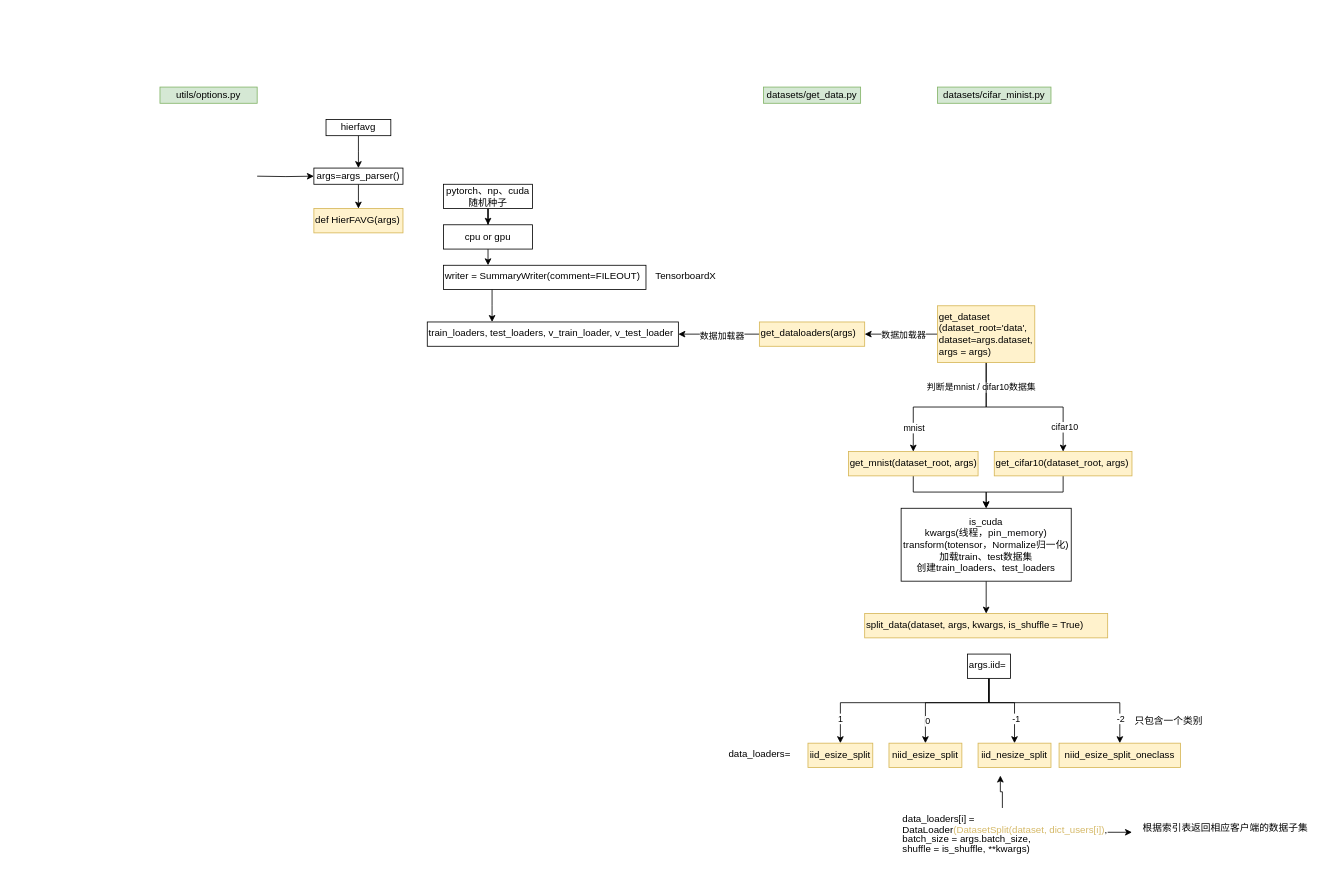
FLeefar/Paracosm keeps this draw.io diagram as hierfavg.drawio. Above is the earlier version. Source tidied: cells renumbered, new cells numbered last; positions are measured from the earlier drawing's top-left corner, leaving out a move shared by most shapes. Both pictures are drawn from the tidied source at 81%, with x=0, y=0 at pixel (160, 87).
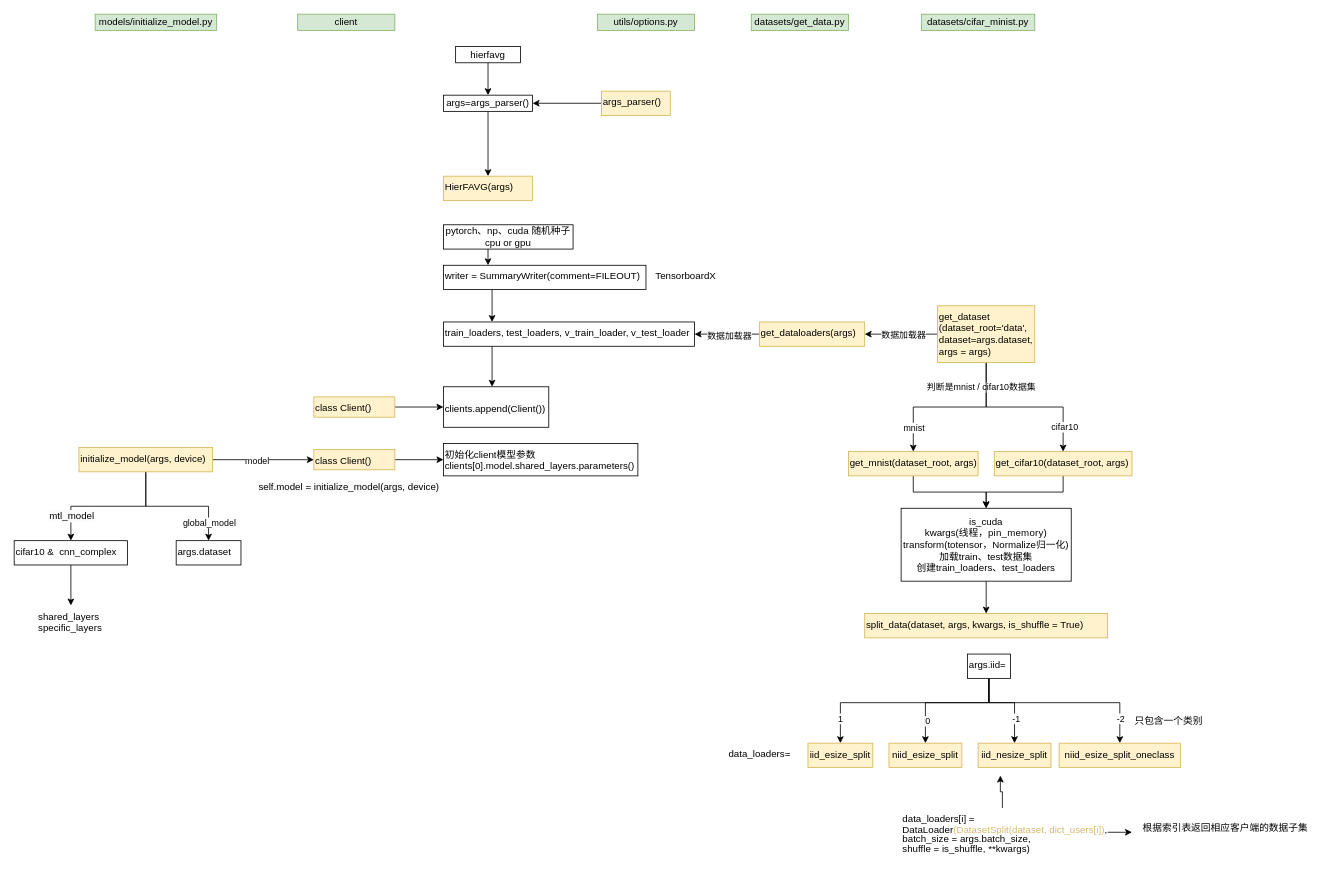
The same diagram, later.

Unchanged cells that the change refers to:
```xml
<mxCell id="15" value="writer = SummaryWriter(comment=FILEOUT)" style="text;whiteSpace=wrap;html=1;strokeColor=default;" parent="1" vertex="1">
  <mxGeometry x="350" y="220" width="250" height="30" as="geometry" />
</mxCell>
```

The edit, as a diff of the source:
```diff
@@
     <mxCell id="2" style="edgeStyle=orthogonalEdgeStyle;rounded=0;jettySize=auto;html=1;exitX=0.5;exitY=1;exitDx=0;exitDy=0;" parent="1" edge="1" source="3">
       <mxGeometry relative="1" as="geometry">
-        <mxPoint x="245" y="100" as="targetPoint" />
+        <mxPoint x="405" y="10" as="targetPoint" />
       </mxGeometry>
     </mxCell>
     <mxCell id="3" value="hierfavg" style="whiteSpace=wrap;html=1;" parent="1" vertex="1">
-      <mxGeometry x="205" y="40" width="80" height="20" as="geometry" />
+      <mxGeometry x="365" y="-50" width="80" height="20" as="geometry" />
     </mxCell>
-    <mxCell id="4" style="edgeStyle=orthogonalEdgeStyle;rounded=0;jettySize=auto;html=1;" parent="1" edge="1" source="5">
-      <mxGeometry relative="1" as="geometry">
-        <mxPoint x="245" y="150" as="targetPoint" />
-      </mxGeometry>
+    <mxCell id="4" style="edgeStyle=orthogonalEdgeStyle;rounded=0;jettySize=auto;html=1;" parent="1" edge="1" source="5" target="8">
+      <mxGeometry relative="1" as="geometry" />
     </mxCell>
     <mxCell id="5" value="args=args_parser()" style="whiteSpace=wrap;html=1;" parent="1" vertex="1">
-      <mxGeometry x="190" y="100" width="110" height="20" as="geometry" />
+      <mxGeometry x="350" y="10" width="110" height="20" as="geometry" />
     </mxCell>
-    <mxCell id="6" style="edgeStyle=orthogonalEdgeStyle;rounded=0;jettySize=auto;html=1;" parent="1" edge="1" target="5">
-      <mxGeometry relative="1" as="geometry">
-        <mxPoint x="120" y="110" as="sourcePoint" />
-      </mxGeometry>
-    </mxCell>
     <mxCell id="7" value="&lt;span style=&quot;text-align: left;&quot;&gt;utils/options.py&lt;/span&gt;" style="rounded=0;whiteSpace=wrap;html=1;fillColor=#d5e8d4;strokeColor=#82b366;" parent="1" vertex="1">
-      <mxGeometry width="120" height="20" as="geometry" />
+      <mxGeometry x="540" y="-90" width="120" height="20" as="geometry" />
     </mxCell>
-    <mxCell id="8" value="def HierFAVG(args)" style="text;whiteSpace=wrap;html=1;fillColor=#fff2cc;strokeColor=#d6b656;" parent="1" vertex="1">
-      <mxGeometry x="190" y="150" width="110" height="30" as="geometry" />
+    <mxCell id="8" value="HierFAVG(args)" style="text;whiteSpace=wrap;html=1;fillColor=#fff2cc;strokeColor=#d6b656;" parent="1" vertex="1">
+      <mxGeometry x="350" y="110" width="110" height="30" as="geometry" />
     </mxCell>
-    <mxCell id="9" style="edgeStyle=orthogonalEdgeStyle;rounded=0;jettySize=auto;html=1;" parent="1" edge="1" source="10" target="13">
-      <mxGeometry relative="1" as="geometry" />
-    </mxCell>
-    <mxCell id="10" value="pytorch、np、cuda 随机种子" style="whiteSpace=wrap;html=1;" parent="1" vertex="1">
-      <mxGeometry x="350" y="120" width="110" height="30" as="geometry" />
+    <mxCell id="10" value="pytorch、np、cuda 随机种子&lt;div&gt;cpu or gpu&lt;br&gt;&lt;/div&gt;" style="whiteSpace=wrap;html=1;" parent="1" vertex="1">
+      <mxGeometry x="350" y="170" width="160" height="30" as="geometry" />
     </mxCell>
     <mxCell id="11" value="&lt;span style=&quot;text-align: left;&quot;&gt;datasets/get_data.py&lt;/span&gt;" style="rounded=0;whiteSpace=wrap;html=1;fillColor=#d5e8d4;strokeColor=#82b366;" parent="1" vertex="1">
-      <mxGeometry x="745" width="120" height="20" as="geometry" />
+      <mxGeometry x="730" y="-90" width="120" height="20" as="geometry" />
     </mxCell>
-    <mxCell id="12" style="edgeStyle=orthogonalEdgeStyle;rounded=0;jettySize=auto;html=1;" parent="1" edge="1" source="13" target="15">
+    <mxCell id="12" style="edgeStyle=orthogonalEdgeStyle;rounded=0;jettySize=auto;html=1;" parent="1" edge="1" target="15">
       <mxGeometry relative="1" as="geometry">
+        <mxPoint x="405" y="200" as="sourcePoint" />
         <Array as="points">
           <mxPoint x="405" y="230" />
           <mxPoint x="405" y="230" />
         </Array>
       </mxGeometry>
     </mxCell>
-    <mxCell id="13" value="cpu or gpu" style="whiteSpace=wrap;html=1;" parent="1" vertex="1">
-      <mxGeometry x="350" y="170" width="110" height="30" as="geometry" />
-    </mxCell>
@@
+    <mxCell id="56" style="edgeStyle=orthogonalEdgeStyle;rounded=0;jettySize=auto;html=1;" parent="1" edge="1" source="17" target="57">
+      <mxGeometry relative="1" as="geometry">
+        <Array as="points">
+          <mxPoint x="410" y="330" />
+          <mxPoint x="410" y="330" />
+        </Array>
+      </mxGeometry>
+    </mxCell>
     <mxCell id="17" value="train_loaders, test_loaders, v_train_loader, v_test_loader&lt;div&gt;&lt;br&gt;&lt;/div&gt;" style="text;whiteSpace=wrap;html=1;strokeColor=default;" parent="1" vertex="1">
-      <mxGeometry x="330" y="290" width="310" height="30" as="geometry" />
+      <mxGeometry x="350" y="290" width="310" height="30" as="geometry" />
     </mxCell>
@@
     <mxCell id="21" value="&lt;span style=&quot;text-align: left;&quot;&gt;datasets/cifar_minist.py&lt;/span&gt;" style="rounded=0;whiteSpace=wrap;html=1;fillColor=#d5e8d4;strokeColor=#82b366;" parent="1" vertex="1">
-      <mxGeometry x="960" width="140" height="20" as="geometry" />
+      <mxGeometry x="940" y="-90" width="140" height="20" as="geometry" />
     </mxCell>
@@
+    <mxCell id="57" value="&lt;br&gt;&lt;span style=&quot;color: rgb(0, 0, 0); font-family: Helvetica; font-size: 12px; font-style: normal; font-variant-ligatures: normal; font-variant-caps: normal; font-weight: 400; letter-spacing: normal; orphans: 2; text-align: left; text-indent: 0px; text-transform: none; widows: 2; word-spacing: 0px; -webkit-text-stroke-width: 0px; white-space: normal; background-color: rgb(251, 251, 251); text-decoration-thickness: initial; text-decoration-style: initial; text-decoration-color: initial; display: inline !important; float: none;&quot;&gt;clients.append(Client())&lt;/span&gt;&lt;div&gt;&lt;br/&gt;&lt;/div&gt;" style="whiteSpace=wrap;html=1;align=left;verticalAlign=top;fillColor=none;gradientColor=none;" parent="1" vertex="1">
+      <mxGeometry x="350" y="370" width="130" height="50" as="geometry" />
+    </mxCell>
+    <mxCell id="58" style="edgeStyle=orthogonalEdgeStyle;rounded=0;jettySize=auto;html=1;" parent="1" edge="1" source="59" target="5">
+      <mxGeometry relative="1" as="geometry" />
+    </mxCell>
+    <mxCell id="59" value="args_parser()" style="text;whiteSpace=wrap;html=1;fillColor=#fff2cc;strokeColor=#d6b656;" parent="1" vertex="1">
+      <mxGeometry x="545" y="5" width="85" height="30" as="geometry" />
+    </mxCell>
+    <mxCell id="60" value="&lt;span style=&quot;text-align: left;&quot;&gt;client&lt;/span&gt;" style="rounded=0;whiteSpace=wrap;html=1;fillColor=#d5e8d4;strokeColor=#82b366;" parent="1" vertex="1">
+      <mxGeometry x="170" y="-90" width="120" height="20" as="geometry" />
+    </mxCell>
+    <mxCell id="61" style="edgeStyle=orthogonalEdgeStyle;rounded=0;jettySize=auto;html=1;" parent="1" edge="1" source="62" target="57">
+      <mxGeometry relative="1" as="geometry" />
+    </mxCell>
+    <mxCell id="62" value="class Client()" style="text;whiteSpace=wrap;html=1;fillColor=#fff2cc;strokeColor=#d6b656;" parent="1" vertex="1">
+      <mxGeometry x="190" y="382.5" width="100" height="25" as="geometry" />
+    </mxCell>
+    <mxCell id="63" value="初始化client模型参数&lt;div&gt;clients[0].model.shared_layers.parameters()&lt;br&gt;&lt;/div&gt;" style="text;whiteSpace=wrap;html=1;strokeColor=default;" parent="1" vertex="1">
+      <mxGeometry x="350" y="440" width="240" height="40" as="geometry" />
+    </mxCell>
+    <mxCell id="64" style="edgeStyle=orthogonalEdgeStyle;rounded=0;jettySize=auto;html=1;" parent="1" edge="1" source="65" target="63">
+      <mxGeometry relative="1" as="geometry" />
+    </mxCell>
+    <mxCell id="65" value="class Client()" style="text;whiteSpace=wrap;html=1;fillColor=#fff2cc;strokeColor=#d6b656;" parent="1" vertex="1">
+      <mxGeometry x="190" y="447.5" width="100" height="25" as="geometry" />
+    </mxCell>
+    <mxCell id="66" value="&lt;span style=&quot;text-align: left;&quot;&gt;models/initialize_model.py&lt;/span&gt;" style="rounded=0;whiteSpace=wrap;html=1;fillColor=#d5e8d4;strokeColor=#82b366;" parent="1" vertex="1">
+      <mxGeometry x="-80" y="-90" width="150" height="20" as="geometry" />
+    </mxCell>
+    <mxCell id="67" style="edgeStyle=orthogonalEdgeStyle;rounded=0;jettySize=auto;html=1;entryX=0;entryY=0.5;entryDx=0;entryDy=0;" parent="1" edge="1" source="73" target="65">
+      <mxGeometry relative="1" as="geometry" />
+    </mxCell>
+    <mxCell id="68" value="model" style="edgeLabel;html=1;align=center;verticalAlign=middle;" parent="67" vertex="1">
+      <mxGeometry x="-0.14" y="-1" relative="1" as="geometry" />
+    </mxCell>
+    <mxCell id="69" style="edgeStyle=orthogonalEdgeStyle;rounded=0;jettySize=auto;html=1;entryX=0.5;entryY=0;entryDx=0;entryDy=0;" parent="1" edge="1" source="73" target="75">
+      <mxGeometry relative="1" as="geometry" />
+    </mxCell>
+    <mxCell id="70" value="&lt;span style=&quot;font-size: 12px; text-align: left; text-wrap: wrap; background-color: rgb(251, 251, 251);&quot;&gt;mtl_model&lt;/span&gt;" style="edgeLabel;html=1;align=center;verticalAlign=middle;" parent="69" vertex="1">
+      <mxGeometry x="0.2" y="2" relative="1" as="geometry">
+        <mxPoint x="-28" y="10" as="offset" />
+      </mxGeometry>
+    </mxCell>
+    <mxCell id="71" style="edgeStyle=orthogonalEdgeStyle;rounded=0;jettySize=auto;html=1;entryX=0.5;entryY=0;entryDx=0;entryDy=0;" parent="1" edge="1" source="73" target="76">
+      <mxGeometry relative="1" as="geometry" />
+    </mxCell>
+    <mxCell id="72" value="global_model" style="edgeLabel;html=1;align=center;verticalAlign=middle;" parent="71" vertex="1">
+      <mxGeometry x="0.72" y="-1" relative="1" as="geometry">
+        <mxPoint x="1" as="offset" />
+      </mxGeometry>
+    </mxCell>
+    <mxCell id="73" value="initialize_model(args, device)" style="text;whiteSpace=wrap;html=1;fillColor=#fff2cc;strokeColor=#d6b656;" parent="1" vertex="1">
+      <mxGeometry x="-100" y="445" width="165" height="30" as="geometry" />
+    </mxCell>
+    <mxCell id="74" value="&lt;span style=&quot;color: rgb(0, 0, 0); font-family: Helvetica; font-size: 12px; font-style: normal; font-variant-ligatures: normal; font-variant-caps: normal; font-weight: 400; letter-spacing: normal; orphans: 2; text-align: left; text-indent: 0px; text-transform: none; widows: 2; word-spacing: 0px; -webkit-text-stroke-width: 0px; white-space: normal; background-color: rgb(251, 251, 251); text-decoration-thickness: initial; text-decoration-style: initial; text-decoration-color: initial; display: inline !important; float: none;&quot;&gt;self.model = initialize_model(args, device)&lt;/span&gt;" style="text;whiteSpace=wrap;html=1;" parent="1" vertex="1">
+      <mxGeometry x="120" y="480" width="260" height="40" as="geometry" />
+    </mxCell>
+    <mxCell id="75" value="cifar10 &amp;amp;&amp;nbsp; cnn_complex" style="text;whiteSpace=wrap;html=1;strokeColor=default;" parent="1" vertex="1">
+      <mxGeometry x="-180" y="560" width="140" height="30" as="geometry" />
+    </mxCell>
+    <mxCell id="76" value="args.dataset" style="text;whiteSpace=wrap;html=1;strokeColor=default;" parent="1" vertex="1">
+      <mxGeometry x="20" y="560" width="80" height="30" as="geometry" />
+    </mxCell>
+    <mxCell id="77" style="edgeStyle=orthogonalEdgeStyle;rounded=0;jettySize=auto;html=1;" parent="1" edge="1" source="75" target="78">
+      <mxGeometry relative="1" as="geometry" />
+    </mxCell>
+    <mxCell id="78" value="shared_layers&lt;div&gt;specific_layers&lt;br&gt;&lt;/div&gt;" style="text;whiteSpace=wrap;html=1;" parent="1" vertex="1">
+      <mxGeometry x="-152.5" y="640" width="85" height="40" as="geometry" />
+    </mxCell>
```
